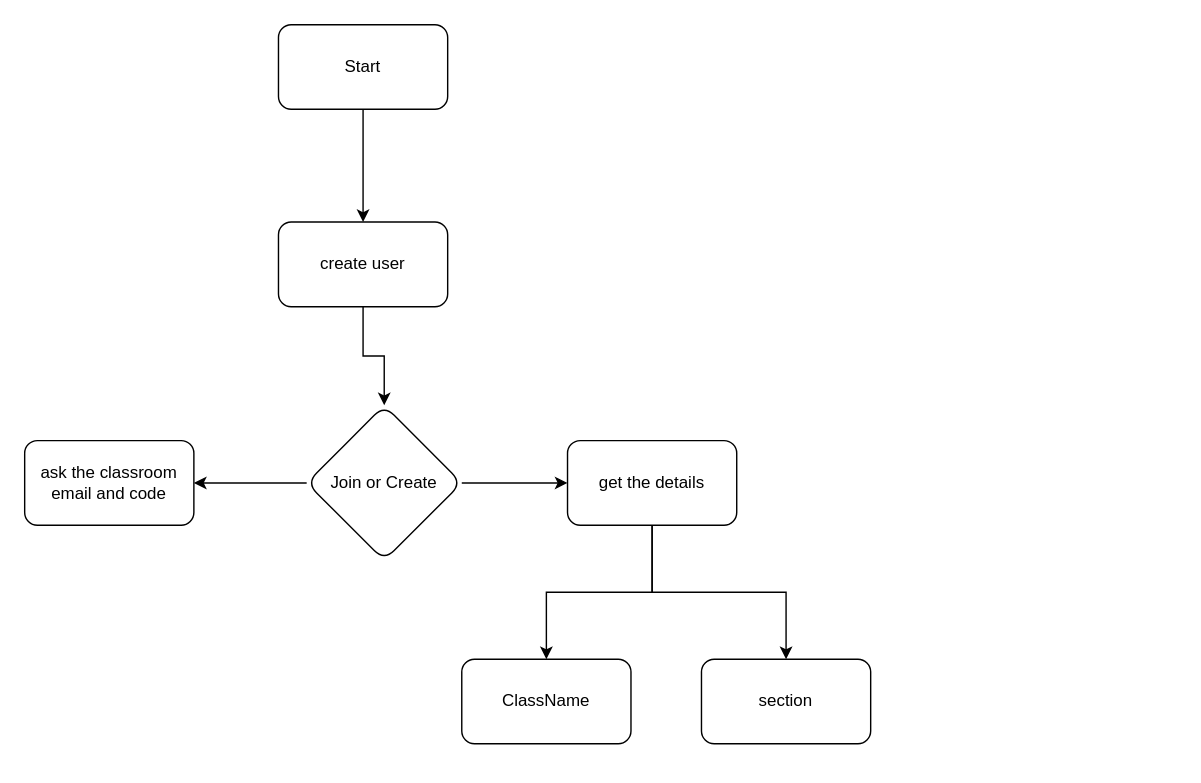
Above: Untitled Diagram.drawio in Nazeemkky/story (draw.io), before the change. Source tidied: cells renumbered, new cells numbered last; positions are measured from the earlier drawing's top-left corner, leaving out a move shared by most shapes. Both pictures are drawn from the tidied source at 141%, with x=0, y=0 at pixel (24, 24).
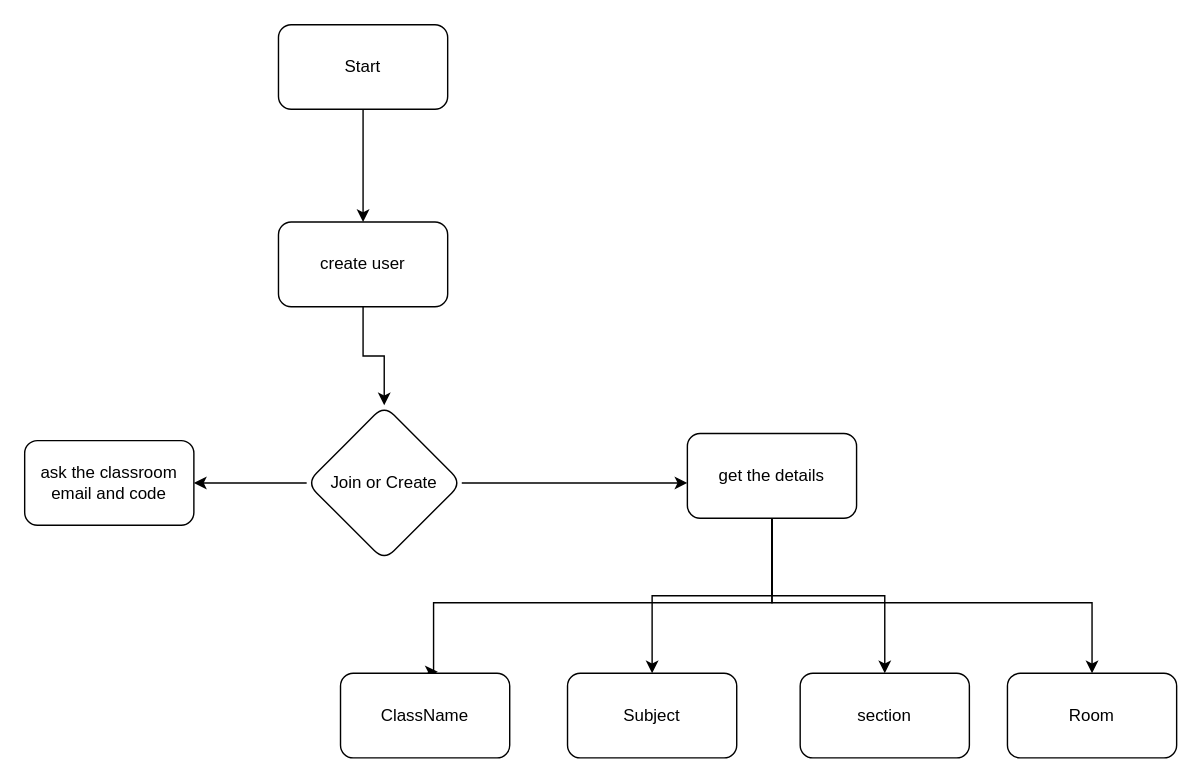
The same page after the edit.

The change refers to these unchanged cells:
```xml
<mxCell id="8" value="Join or Create" style="rhombus;whiteSpace=wrap;html=1;rounded=1;" parent="1" vertex="1">
  <mxGeometry x="200" y="270" width="110" height="110" as="geometry" />
</mxCell>
```

The edit, as a diff of the source:
```diff
@@
     <mxCell id="7" style="edgeStyle=orthogonalEdgeStyle;rounded=0;jettySize=auto;html=1;" parent="1" edge="1" source="8" target="11">
-      <mxGeometry relative="1" as="geometry" />
+      <mxGeometry relative="1" as="geometry">
+        <Array as="points">
+          <mxPoint x="420" y="325" />
+          <mxPoint x="420" y="325" />
+        </Array>
+      </mxGeometry>
     </mxCell>
@@
+    <mxCell id="15" style="edgeStyle=orthogonalEdgeStyle;rounded=0;jettySize=auto;html=1;" parent="1" edge="1" source="11" target="17">
+      <mxGeometry relative="1" as="geometry" />
+    </mxCell>
+    <mxCell id="12" style="edgeStyle=orthogonalEdgeStyle;rounded=0;jettySize=auto;html=1;entryX=0.5;entryY=0;entryDx=0;entryDy=0;" parent="1" edge="1" source="11" target="14">
+      <mxGeometry relative="1" as="geometry" />
+    </mxCell>
-    <mxCell id="10" style="edgeStyle=orthogonalEdgeStyle;rounded=0;jettySize=auto;html=1;" parent="1" edge="1" source="11" target="13">
-      <mxGeometry relative="1" as="geometry" />
+    <mxCell id="10" style="edgeStyle=orthogonalEdgeStyle;rounded=0;jettySize=auto;html=1;entryX=0.575;entryY=-0.017;entryDx=0;entryDy=0;entryPerimeter=0;" parent="1" edge="1" source="11" target="13">
+      <mxGeometry relative="1" as="geometry">
+        <Array as="points">
+          <mxPoint x="530" y="410" />
+          <mxPoint x="290" y="410" />
+          <mxPoint x="290" y="459" />
+        </Array>
+      </mxGeometry>
     </mxCell>
+    <mxCell id="16" style="edgeStyle=orthogonalEdgeStyle;rounded=0;jettySize=auto;html=1;" parent="1" edge="1" source="11" target="18">
+      <mxGeometry relative="1" as="geometry">
+        <Array as="points">
+          <mxPoint x="530" y="410" />
+          <mxPoint x="757" y="410" />
+        </Array>
+      </mxGeometry>
+    </mxCell>
     <mxCell id="11" value="get the details" style="whiteSpace=wrap;html=1;rounded=1;" parent="1" vertex="1">
-      <mxGeometry x="385" y="295" width="120" height="60" as="geometry" />
+      <mxGeometry x="470" y="290" width="120" height="60" as="geometry" />
     </mxCell>
-    <mxCell id="12" style="edgeStyle=orthogonalEdgeStyle;rounded=0;jettySize=auto;html=1;" parent="1" edge="1" source="11" target="14">
-      <mxGeometry relative="1" as="geometry" />
-    </mxCell>
     <mxCell id="13" value="ClassName" style="whiteSpace=wrap;html=1;rounded=1;" parent="1" vertex="1">
-      <mxGeometry x="310" y="450" width="120" height="60" as="geometry" />
+      <mxGeometry x="224" y="460" width="120" height="60" as="geometry" />
     </mxCell>
     <mxCell id="14" value="section" style="whiteSpace=wrap;html=1;rounded=1;" parent="1" vertex="1">
-      <mxGeometry x="480" y="450" width="120" height="60" as="geometry" />
+      <mxGeometry x="550" y="460" width="120" height="60" as="geometry" />
     </mxCell>
+    <mxCell id="17" value="Subject" style="whiteSpace=wrap;html=1;rounded=1;" parent="1" vertex="1">
+      <mxGeometry x="385" y="460" width="120" height="60" as="geometry" />
+    </mxCell>
+    <mxCell id="18" value="Room" style="rounded=1;whiteSpace=wrap;html=1;" parent="1" vertex="1">
+      <mxGeometry x="697" y="460" width="120" height="60" as="geometry" />
+    </mxCell>
```
